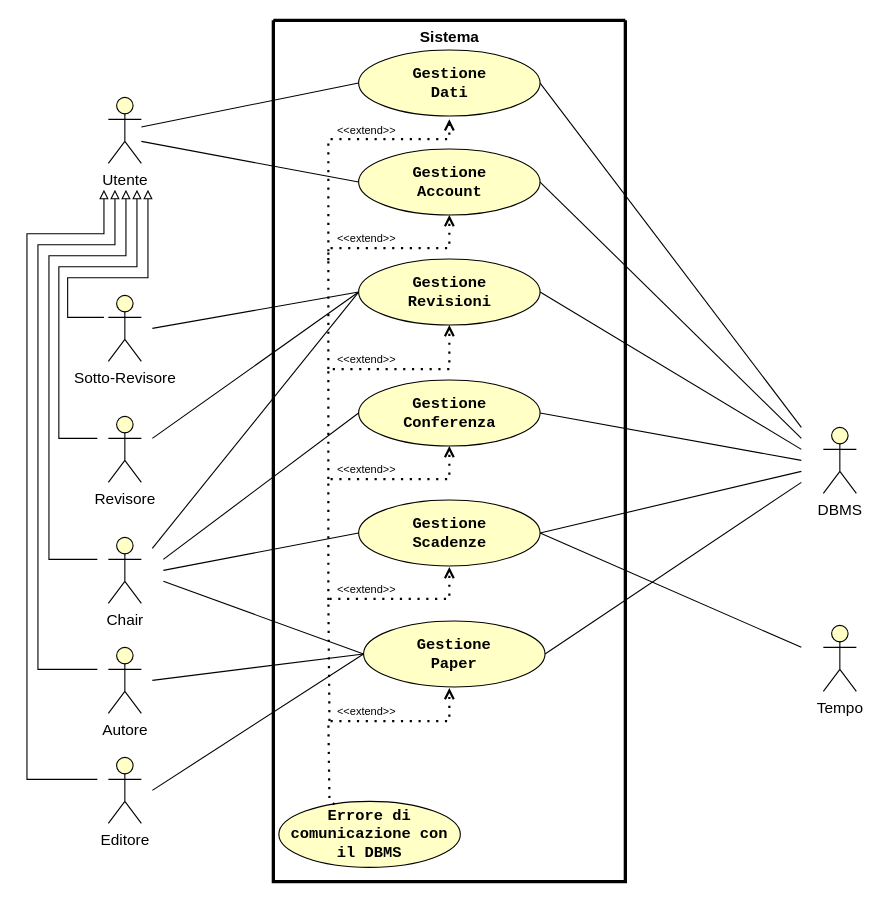
Above: RAD/raw/VistaInsieme.drawio in Gabro29/IngegneriaSoftware (draw.io), before the change. Source tidied: cells renumbered, new cells numbered last; positions are measured from the earlier drawing's top-left corner, leaving out a move shared by most shapes. Both pictures are drawn from the tidied source at 110%, with x=0, y=0 at pixel (26, 20).
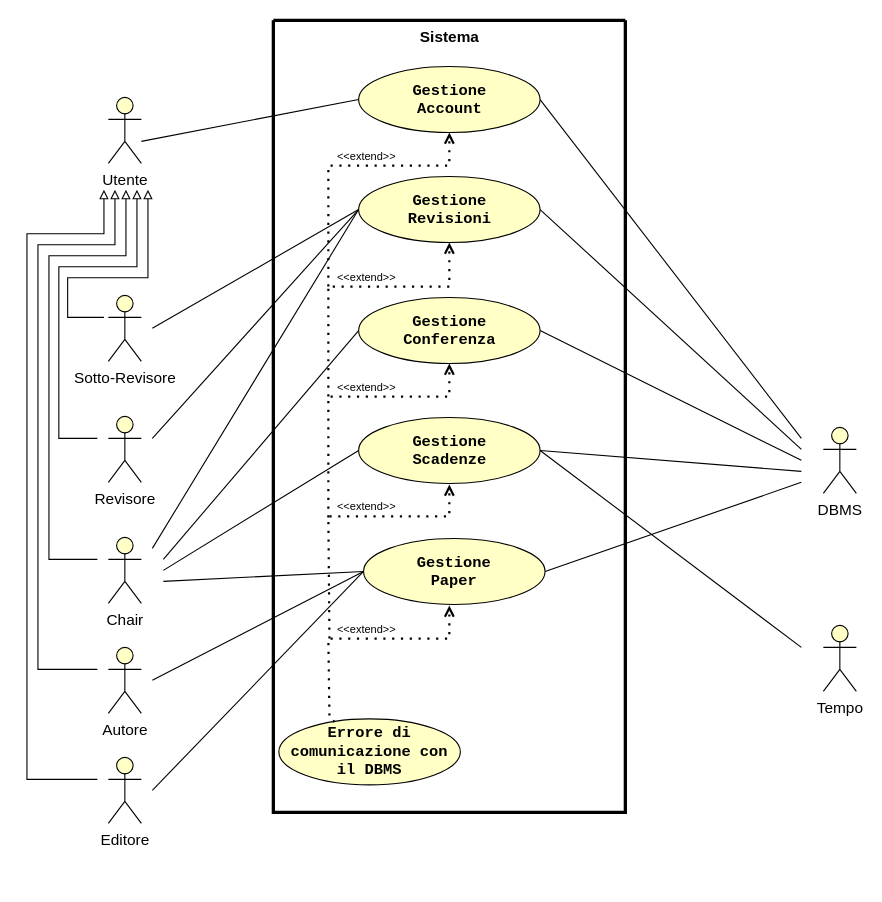
The same diagram, later.

The change refers to these unchanged cells:
```xml
<mxCell id="28" value="&lt;font style=&quot;color: light-dark(rgb(0, 0, 0), rgb(0, 0, 0)); font-size: 14px;&quot;&gt;Utente&lt;/font&gt;" style="shape=umlActor;verticalLabelPosition=bottom;verticalAlign=top;html=1;outlineConnect=0;strokeColor=light-dark(#000000,#000000);fillColor=light-dark(#FFFFC6,#FDF89C);" parent="1" vertex="1">
  <mxGeometry x="74" y="70" width="30" height="60" as="geometry" />
</mxCell>
```

Diff of the diagram source:
```diff
@@
     <mxCell id="2" style="swimlane;startSize=0;swimlaneFillColor=none;strokeWidth=3;strokeColor=light-dark(#000000,#000000);labelBackgroundColor=none;fontColor=light-dark(#000000,#000000);fillColor=default;" parent="1" vertex="1">
-      <mxGeometry x="224" width="320" height="783" as="geometry" />
+      <mxGeometry x="224" width="320" height="720" as="geometry" />
     </mxCell>
     <mxCell id="3" value="&lt;font style=&quot;color: light-dark(rgb(0, 0, 0), rgb(0, 0, 0)); font-size: 14px;&quot; face=&quot;Courier New&quot;&gt;&lt;b&gt;Gestione&lt;/b&gt;&lt;/font&gt;&lt;div&gt;&lt;font style=&quot;color: light-dark(rgb(0, 0, 0), rgb(0, 0, 0)); font-size: 14px;&quot; face=&quot;Courier New&quot;&gt;&lt;b&gt;Account&lt;/b&gt;&lt;/font&gt;&lt;/div&gt;" style="ellipse;whiteSpace=wrap;html=1;fillColor=light-dark(#FFFFC6,#FDF89C);strokeColor=light-dark(#000000,#000000);gradientColor=none;" parent="2" vertex="1">
-      <mxGeometry x="77.5" y="117" width="165" height="60" as="geometry" />
+      <mxGeometry x="77.5" y="42" width="165" height="60" as="geometry" />
     </mxCell>
     <mxCell id="4" value="&lt;font face=&quot;Courier New&quot; style=&quot;color: light-dark(rgb(0, 0, 0), rgb(0, 0, 0)); font-size: 14px;&quot;&gt;&lt;b&gt;Gestione&lt;/b&gt;&lt;/font&gt;&lt;div&gt;&lt;span style=&quot;font-family: &amp;quot;Courier New&amp;quot;;&quot;&gt;&lt;font style=&quot;color: light-dark(rgb(0, 0, 0), rgb(0, 0, 0)); font-size: 14px;&quot;&gt;&lt;b&gt;Revisioni&lt;/b&gt;&lt;/font&gt;&lt;/span&gt;&lt;/div&gt;" style="ellipse;whiteSpace=wrap;html=1;fillColor=light-dark(#FFFFC6,#FDF89C);strokeColor=light-dark(#000000,#000000);" parent="2" vertex="1">
-      <mxGeometry x="77.5" y="217" width="165" height="60" as="geometry" />
+      <mxGeometry x="77.5" y="142" width="165" height="60" as="geometry" />
     </mxCell>
     <mxCell id="5" value="&lt;font face=&quot;Courier New&quot; style=&quot;color: light-dark(rgb(0, 0, 0), rgb(0, 0, 0)); font-size: 14px;&quot;&gt;&lt;b&gt;Gestione&lt;/b&gt;&lt;/font&gt;&lt;div&gt;&lt;font style=&quot;color: light-dark(rgb(0, 0, 0), rgb(0, 0, 0)); font-size: 14px;&quot; face=&quot;Courier New&quot;&gt;&lt;b&gt;Conferenza&lt;/b&gt;&lt;/font&gt;&lt;/div&gt;" style="ellipse;whiteSpace=wrap;html=1;fillColor=light-dark(#FFFFC6,#FDF89C);strokeColor=light-dark(#000000,#000000);" parent="2" vertex="1">
-      <mxGeometry x="77.5" y="327" width="165" height="60" as="geometry" />
+      <mxGeometry x="77.5" y="252" width="165" height="60" as="geometry" />
     </mxCell>
     <mxCell id="6" value="&lt;font face=&quot;Courier New&quot; style=&quot;color: light-dark(rgb(0, 0, 0), rgb(0, 0, 0)); font-size: 14px;&quot;&gt;&lt;b&gt;Gestione&lt;/b&gt;&lt;/font&gt;&lt;div&gt;&lt;span style=&quot;font-family: &amp;quot;Courier New&amp;quot;;&quot;&gt;&lt;font style=&quot;color: light-dark(rgb(0, 0, 0), rgb(0, 0, 0)); font-size: 14px;&quot;&gt;&lt;b&gt;Paper&lt;/b&gt;&lt;/font&gt;&lt;/span&gt;&lt;/div&gt;" style="ellipse;whiteSpace=wrap;html=1;fillColor=light-dark(#FFFFC6,#FDF89C);strokeColor=light-dark(#000000,#000000);" parent="2" vertex="1">
-      <mxGeometry x="82" y="546" width="165" height="60" as="geometry" />
+      <mxGeometry x="82" y="471" width="165" height="60" as="geometry" />
     </mxCell>
     <mxCell id="7" value="&lt;font face=&quot;Courier New&quot; style=&quot;color: light-dark(rgb(0, 0, 0), rgb(0, 0, 0)); font-size: 14px;&quot;&gt;&lt;b&gt;Gestione&lt;/b&gt;&lt;/font&gt;&lt;div&gt;&lt;font face=&quot;Courier New&quot; style=&quot;color: light-dark(rgb(0, 0, 0), rgb(0, 0, 0)); font-size: 14px;&quot;&gt;&lt;b&gt;Scadenze&lt;/b&gt;&lt;/font&gt;&lt;/div&gt;" style="ellipse;whiteSpace=wrap;html=1;fillColor=light-dark(#FFFFC6,#FDF89C);strokeColor=light-dark(#000000,#000000);" parent="2" vertex="1">
-      <mxGeometry x="77.5" y="436" width="165" height="60" as="geometry" />
+      <mxGeometry x="77.5" y="361" width="165" height="60" as="geometry" />
     </mxCell>
     <mxCell id="8" value="&lt;font style=&quot;color: light-dark(rgb(0, 0, 0), rgb(0, 0, 0));&quot; face=&quot;Courier New&quot;&gt;&lt;span style=&quot;font-size: 14px;&quot;&gt;&lt;b style=&quot;&quot;&gt;Errore di comunicazione con il DBMS&lt;/b&gt;&lt;/span&gt;&lt;/font&gt;" style="ellipse;whiteSpace=wrap;html=1;fillColor=light-dark(#FFFFC6,#FDF89C);strokeColor=light-dark(#000000,#000000);" parent="2" vertex="1">
-      <mxGeometry x="5" y="710" width="165" height="60" as="geometry" />
+      <mxGeometry x="5" y="635" width="165" height="60" as="geometry" />
     </mxCell>
@@
     <mxCell id="10" style="endArrow=open;dashed=1;html=1;dashPattern=1 3;strokeWidth=2;rounded=0;strokeColor=light-dark(#000000,#000000);endFill=0;entryX=0.5;entryY=1;entryDx=0;entryDy=0;" parent="2" edge="1" target="5">
       <mxGeometry relative="1" as="geometry">
-        <mxPoint x="50" y="527" as="sourcePoint" />
+        <mxPoint x="50" y="452" as="sourcePoint" />
         <Array as="points">
-          <mxPoint x="50" y="417" />
-          <mxPoint x="160" y="417" />
+          <mxPoint x="50" y="342" />
+          <mxPoint x="160" y="342" />
         </Array>
       </mxGeometry>
     </mxCell>
     <mxCell id="11" style="endArrow=open;dashed=1;html=1;dashPattern=1 3;strokeWidth=2;rounded=0;strokeColor=light-dark(#000000,#000000);endFill=0;entryX=0.5;entryY=1;entryDx=0;entryDy=0;" parent="2" edge="1" target="4">
       <mxGeometry relative="1" as="geometry">
-        <mxPoint x="50" y="417" as="sourcePoint" />
+        <mxPoint x="50" y="342" as="sourcePoint" />
         <Array as="points">
-          <mxPoint x="50" y="317" />
-          <mxPoint x="160" y="317" />
+          <mxPoint x="50" y="242" />
+          <mxPoint x="160" y="242" />
         </Array>
       </mxGeometry>
     </mxCell>
     <mxCell id="12" style="endArrow=open;dashed=1;html=1;dashPattern=1 3;strokeWidth=2;rounded=0;strokeColor=light-dark(#000000,#000000);endFill=0;entryX=0.5;entryY=1;entryDx=0;entryDy=0;" parent="2" edge="1" target="3">
       <mxGeometry relative="1" as="geometry">
-        <mxPoint x="50" y="317" as="sourcePoint" />
+        <mxPoint x="50" y="242" as="sourcePoint" />
         <Array as="points">
-          <mxPoint x="50" y="207" />
-          <mxPoint x="160" y="207" />
+          <mxPoint x="50" y="132" />
+          <mxPoint x="160" y="132" />
         </Array>
       </mxGeometry>
     </mxCell>
     <mxCell id="13" style="endArrow=open;dashed=1;html=1;dashPattern=1 3;strokeWidth=2;rounded=0;strokeColor=light-dark(#000000,#000000);endFill=0;exitX=0.307;exitY=0.047;exitDx=0;exitDy=0;exitPerimeter=0;" parent="2" edge="1" source="8">
       <mxGeometry relative="1" as="geometry">
-        <mxPoint x="160" y="607" as="targetPoint" />
+        <mxPoint x="160" y="532" as="targetPoint" />
         <Array as="points">
-          <mxPoint x="51" y="709" />
-          <mxPoint x="50" y="637" />
-          <mxPoint x="160" y="637" />
+          <mxPoint x="51" y="634" />
+          <mxPoint x="50" y="562" />
+          <mxPoint x="160" y="562" />
         </Array>
       </mxGeometry>
     </mxCell>
     <mxCell id="14" value="&lt;font style=&quot;color: light-dark(rgb(0, 0, 0), rgb(0, 0, 0)); font-size: 10px;&quot;&gt;&amp;lt;&amp;lt;extend&amp;gt;&amp;gt;&lt;/font&gt;" style="text;html=1;align=center;verticalAlign=middle;whiteSpace=wrap;rounded=0;" parent="2" vertex="1">
-      <mxGeometry x="54.5" y="623" width="60" height="10" as="geometry" />
+      <mxGeometry x="54.5" y="548" width="60" height="10" as="geometry" />
     </mxCell>
     <mxCell id="15" style="endArrow=open;dashed=1;html=1;dashPattern=1 3;strokeWidth=2;rounded=0;strokeColor=light-dark(#000000,#000000);endFill=0;" parent="2" edge="1">
       <mxGeometry relative="1" as="geometry">
-        <mxPoint x="51" y="637" as="sourcePoint" />
-        <mxPoint x="160" y="497" as="targetPoint" />
+        <mxPoint x="51" y="562" as="sourcePoint" />
+        <mxPoint x="160" y="422" as="targetPoint" />
         <Array as="points">
-          <mxPoint x="50" y="526" />
-          <mxPoint x="160" y="526" />
+          <mxPoint x="50" y="451" />
+          <mxPoint x="160" y="451" />
         </Array>
       </mxGeometry>
     </mxCell>
-    <mxCell id="16" value="&lt;font style=&quot;color: light-dark(rgb(0, 0, 0), rgb(0, 0, 0)); font-size: 14px;&quot; face=&quot;Courier New&quot;&gt;&lt;b&gt;Gestione&lt;/b&gt;&lt;/font&gt;&lt;div&gt;&lt;font style=&quot;color: light-dark(rgb(0, 0, 0), rgb(0, 0, 0)); font-size: 14px;&quot; face=&quot;Courier New&quot;&gt;&lt;b&gt;Dati&lt;/b&gt;&lt;/font&gt;&lt;/div&gt;" style="ellipse;whiteSpace=wrap;html=1;fillColor=light-dark(#FFFFC6,#FDF89C);strokeColor=light-dark(#000000,#000000);gradientColor=none;" parent="2" vertex="1">
-      <mxGeometry x="77.5" y="27" width="165" height="60" as="geometry" />
-    </mxCell>
-    <mxCell id="17" value="&lt;font style=&quot;color: light-dark(rgb(0, 0, 0), rgb(0, 0, 0)); font-size: 10px;&quot;&gt;&amp;lt;&amp;lt;extend&amp;gt;&amp;gt;&lt;/font&gt;" style="text;html=1;align=center;verticalAlign=middle;whiteSpace=wrap;rounded=0;" parent="2" vertex="1">
-      <mxGeometry x="54.5" y="95" width="60" height="10" as="geometry" />
-    </mxCell>
     <mxCell id="18" value="&lt;font style=&quot;color: light-dark(rgb(0, 0, 0), rgb(0, 0, 0)); font-size: 10px;&quot;&gt;&amp;lt;&amp;lt;extend&amp;gt;&amp;gt;&lt;/font&gt;" style="text;html=1;align=center;verticalAlign=middle;whiteSpace=wrap;rounded=0;" parent="2" vertex="1">
-      <mxGeometry x="54.5" y="193" width="60" height="10" as="geometry" />
+      <mxGeometry x="54.5" y="118" width="60" height="10" as="geometry" />
     </mxCell>
     <mxCell id="19" value="&lt;font style=&quot;color: light-dark(rgb(0, 0, 0), rgb(0, 0, 0)); font-size: 10px;&quot;&gt;&amp;lt;&amp;lt;extend&amp;gt;&amp;gt;&lt;/font&gt;" style="text;html=1;align=center;verticalAlign=middle;whiteSpace=wrap;rounded=0;" parent="2" vertex="1">
-      <mxGeometry x="54.5" y="303" width="60" height="10" as="geometry" />
+      <mxGeometry x="54.5" y="228" width="60" height="10" as="geometry" />
     </mxCell>
     <mxCell id="20" value="&lt;font style=&quot;color: light-dark(rgb(0, 0, 0), rgb(0, 0, 0)); font-size: 10px;&quot;&gt;&amp;lt;&amp;lt;extend&amp;gt;&amp;gt;&lt;/font&gt;" style="text;html=1;align=center;verticalAlign=middle;whiteSpace=wrap;rounded=0;" parent="2" vertex="1">
-      <mxGeometry x="54.5" y="403" width="60" height="10" as="geometry" />
+      <mxGeometry x="54.5" y="328" width="60" height="10" as="geometry" />
     </mxCell>
     <mxCell id="21" value="&lt;font style=&quot;color: light-dark(rgb(0, 0, 0), rgb(0, 0, 0)); font-size: 10px;&quot;&gt;&amp;lt;&amp;lt;extend&amp;gt;&amp;gt;&lt;/font&gt;" style="text;html=1;align=center;verticalAlign=middle;whiteSpace=wrap;rounded=0;" parent="2" vertex="1">
-      <mxGeometry x="54.5" y="512" width="60" height="10" as="geometry" />
+      <mxGeometry x="54.5" y="437" width="60" height="10" as="geometry" />
     </mxCell>
@@
-    <mxCell id="50" style="rounded=0;jettySize=auto;html=1;entryX=0;entryY=0.5;entryDx=0;entryDy=0;strokeColor=light-dark(#000000,#000000);endArrow=none;startFill=0;" parent="1" edge="1" source="28" target="16">
-      <mxGeometry relative="1" as="geometry" />
-    </mxCell>
-    <mxCell id="51" style="rounded=0;jettySize=auto;html=1;strokeColor=light-dark(#000000,#000000);endArrow=none;startFill=0;exitX=1;exitY=0.5;exitDx=0;exitDy=0;" parent="1" edge="1" source="16">
-      <mxGeometry relative="1" as="geometry">
-        <mxPoint x="704" y="370" as="targetPoint" />
-      </mxGeometry>
-    </mxCell>
-    <mxCell id="52" style="endArrow=open;dashed=1;html=1;dashPattern=1 3;strokeWidth=2;rounded=0;strokeColor=light-dark(#000000,#000000);endFill=0;" parent="1" edge="1">
-      <mxGeometry relative="1" as="geometry">
-        <mxPoint x="274" y="218" as="sourcePoint" />
-        <mxPoint x="384" y="90" as="targetPoint" />
-        <Array as="points">
-          <mxPoint x="274" y="108" />
-          <mxPoint x="384" y="108" />
-        </Array>
-      </mxGeometry>
-    </mxCell>
```
